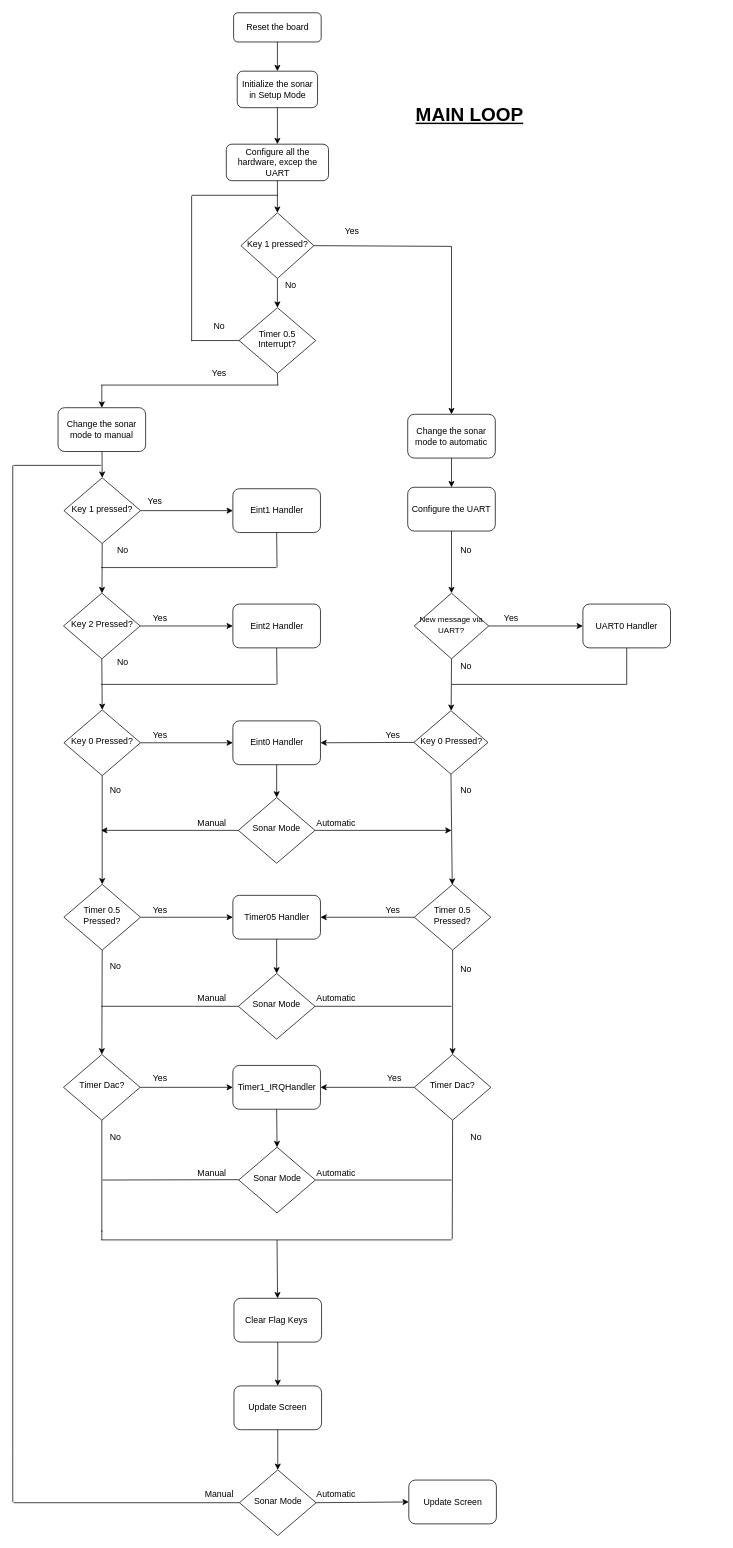
This is Documentación/Flowcharts/main.drawio from LesmusTrompiz/SED_EC_JO_20-21, a draw.io file, before an edit. Source tidied: cells renumbered, new cells numbered last; positions are measured from the earlier drawing's top-left corner, leaving out a move shared by most shapes. Both pictures are drawn from the tidied source at 73%, with x=0, y=0 at pixel (12, 12).
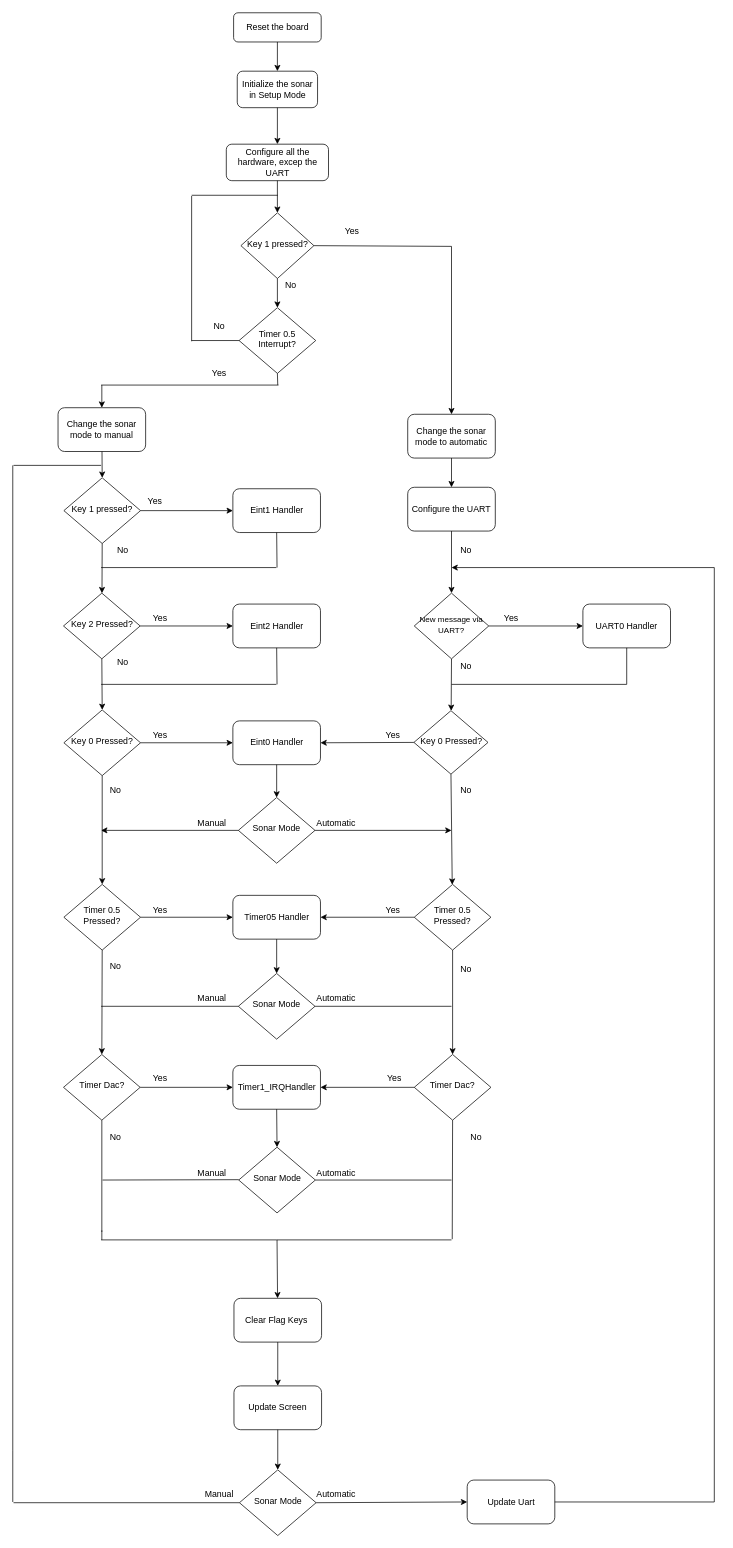
Above is the later version.

The edit, as a diff of the source:
```diff
@@
-    <mxCell id="56" value="Update Screen" style="rounded=1;whiteSpace=wrap;html=1;" parent="1" vertex="1">
-      <mxGeometry x="542.5" y="2010" width="120" height="60" as="geometry" />
+    <mxCell id="56" value="Update Uart" style="rounded=1;whiteSpace=wrap;html=1;" parent="1" vertex="1">
+      <mxGeometry x="622.5" y="2010" width="120" height="60" as="geometry" />
     </mxCell>
@@
-    <mxCell id="123" value="&lt;font style=&quot;font-size: 26px&quot;&gt;&lt;b&gt;&lt;u&gt;MAIN LOOP&lt;/u&gt;&lt;/b&gt;&lt;/font&gt;" style="text;html=1;strokeColor=none;fillColor=none;align=center;verticalAlign=middle;whiteSpace=wrap;rounded=0;" parent="1" vertex="1">
-      <mxGeometry x="509.5" y="110" width="231.5" height="60" as="geometry" />
-    </mxCell>
+    <mxCell id="124" style="endArrow=none;html=1;exitX=1;exitY=0.5;exitDx=0;exitDy=0;" parent="1" edge="1" source="56">
+      <mxGeometry relative="1" as="geometry">
+        <mxPoint x="961" y="2040" as="targetPoint" />
+      </mxGeometry>
+    </mxCell>
+    <mxCell id="125" style="endArrow=classic;html=1;" parent="1" edge="1">
+      <mxGeometry relative="1" as="geometry">
+        <mxPoint x="961" y="760" as="sourcePoint" />
+        <mxPoint x="601" y="760" as="targetPoint" />
+      </mxGeometry>
+    </mxCell>
+    <mxCell id="126" style="endArrow=none;html=1;" parent="1" edge="1">
+      <mxGeometry relative="1" as="geometry">
+        <mxPoint x="961" y="2040" as="sourcePoint" />
+        <mxPoint x="961" y="760" as="targetPoint" />
+      </mxGeometry>
+    </mxCell>
```
